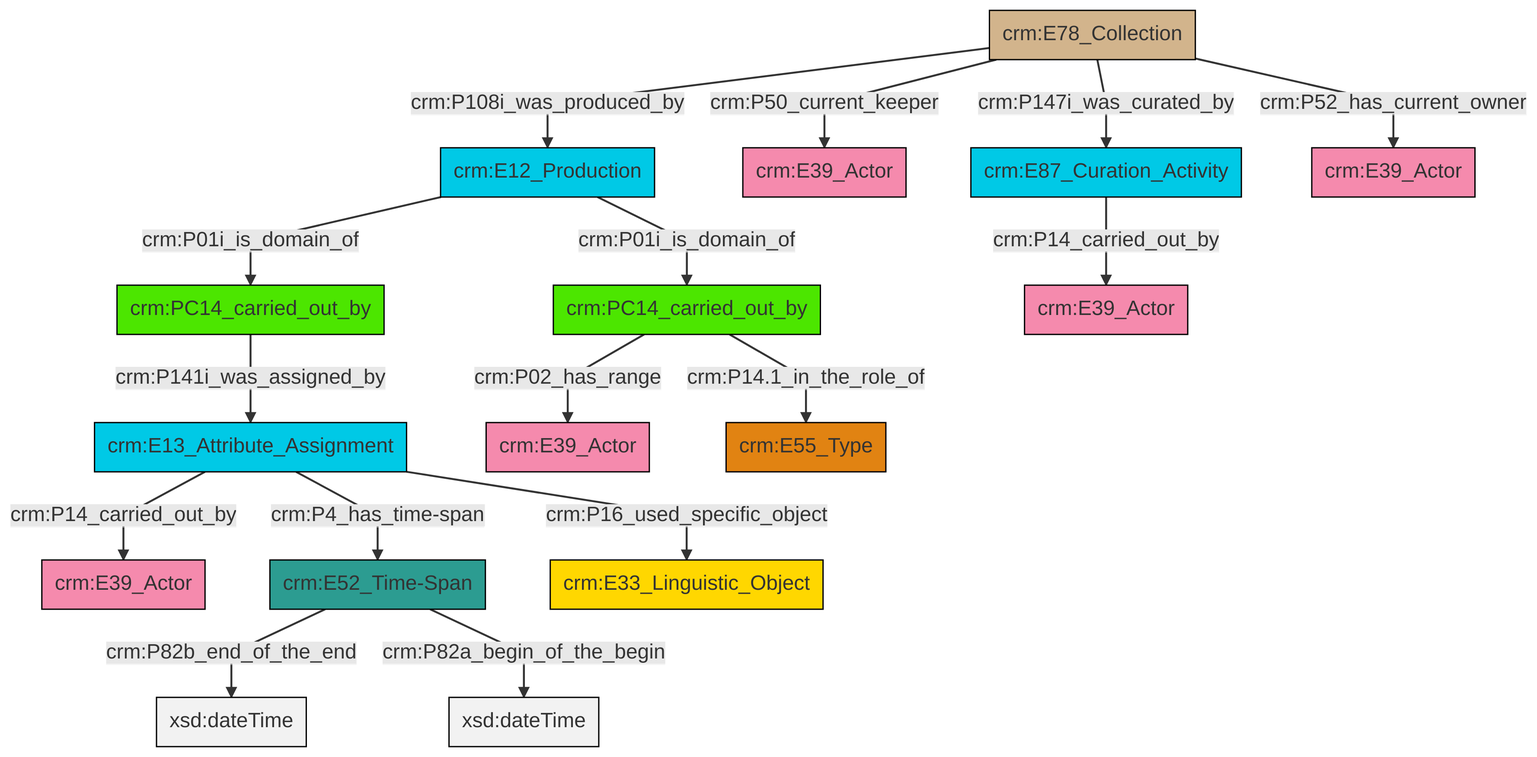
Earlier version of the Mermaid export et/archivalCSV/ttl/mmd/png/archival_relation.png (swiss-art-research-net/docs.swissartresearch). Its source is kept beside it as et/archivalCSV/ttl/mmd/archival_relation.ttl.mmd.
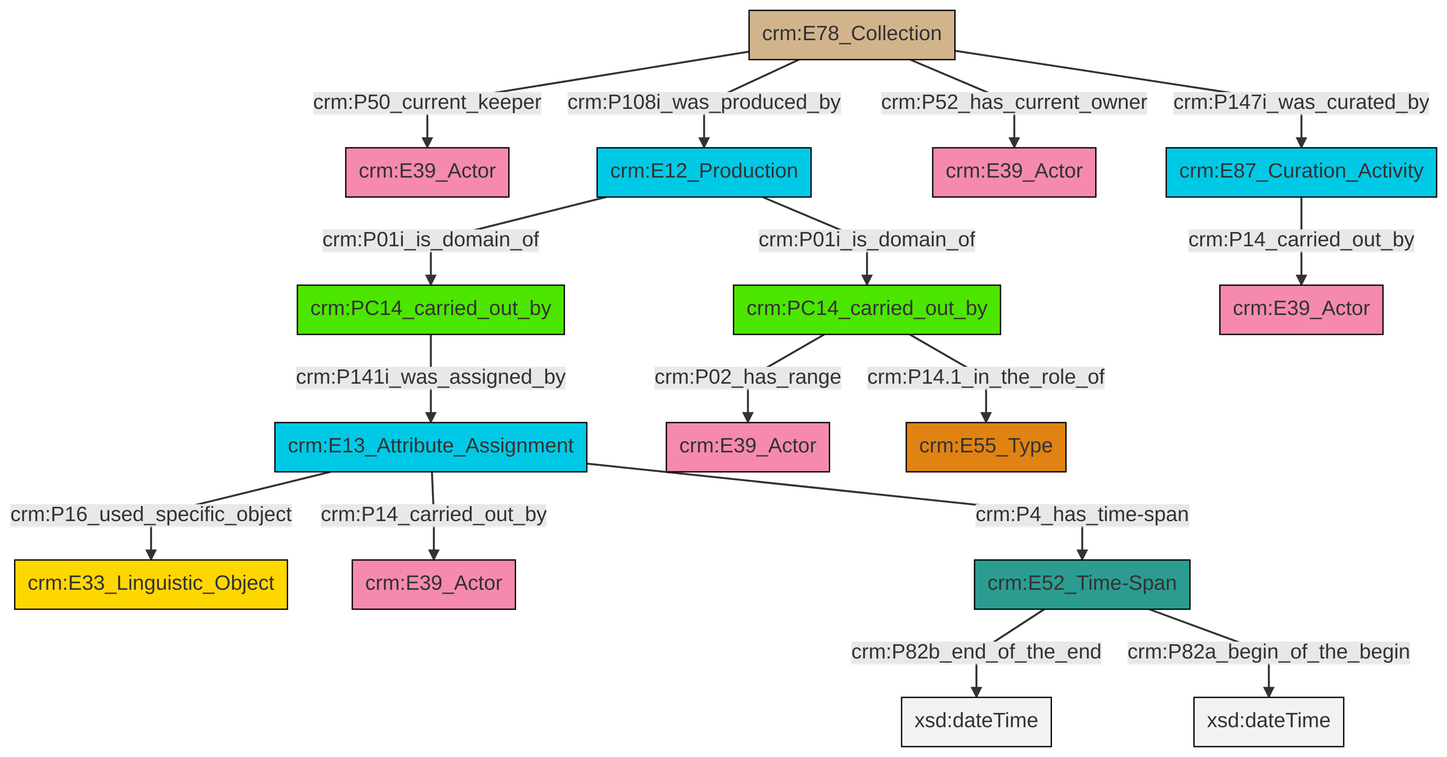
Later version of the same file.

Diff of the diagram source:
```diff
@@ -13,18 +13,18 @@
 classDef PC_Classes fill:#4ce600, stroke:#000000;
 classDef Multi fill:#cccccc,stroke:#000000;
 
-0["crm:E78_Collection"]:::Physical_Thing -->|crm:P147i_was_curated_by| 1["crm:E87_Curation_Activity"]:::Temporal_Entity
-0["crm:E78_Collection"]:::Physical_Thing -->|crm:P50_current_keeper| 2["crm:E39_Actor"]:::Actor
-5["crm:E13_Attribute_Assignment"]:::Temporal_Entity -->|crm:P14_carried_out_by| 6["crm:E39_Actor"]:::Actor
-0["crm:E78_Collection"]:::Physical_Thing -->|crm:P108i_was_produced_by| 7["crm:E12_Production"]:::Temporal_Entity
-7["crm:E12_Production"]:::Temporal_Entity -->|crm:P01i_is_domain_of| 9["crm:PC14_carried_out_by"]:::PC_Classes
-7["crm:E12_Production"]:::Temporal_Entity -->|crm:P01i_is_domain_of| 3["crm:PC14_carried_out_by"]:::PC_Classes
-15["crm:E52_Time-Span"]:::Time-Span -->|crm:P82b_end_of_the_end| 16[xsd:dateTime]:::Literal
-1["crm:E87_Curation_Activity"]:::Temporal_Entity -->|crm:P14_carried_out_by| 17["crm:E39_Actor"]:::Actor
-9["crm:PC14_carried_out_by"]:::PC_Classes -->|crm:P141i_was_assigned_by| 5["crm:E13_Attribute_Assignment"]:::Temporal_Entity
-3["crm:PC14_carried_out_by"]:::PC_Classes -->|crm:P02_has_range| 10["crm:E39_Actor"]:::Actor
-5["crm:E13_Attribute_Assignment"]:::Temporal_Entity -->|crm:P16_used_specific_object| 20["crm:E33_Linguistic_Object"]:::Conceptual_Object
-3["crm:PC14_carried_out_by"]:::PC_Classes -->|crm:P14.1_in_the_role_of| 24["crm:E55_Type"]:::Type
-0["crm:E78_Collection"]:::Physical_Thing -->|crm:P52_has_current_owner| 22["crm:E39_Actor"]:::Actor
-15["crm:E52_Time-Span"]:::Time-Span -->|crm:P82a_begin_of_the_begin| 26[xsd:dateTime]:::Literal
-5["crm:E13_Attribute_Assignment"]:::Temporal_Entity -->|crm:P4_has_time-span| 15["crm:E52_Time-Span"]:::Time-Span
+0["crm:E78_Collection"]:::Physical_Thing -->|crm:P50_current_keeper| 1["crm:E39_Actor"]:::Actor
+4["crm:PC14_carried_out_by"]:::PC_Classes -->|crm:P141i_was_assigned_by| 6["crm:E13_Attribute_Assignment"]:::Temporal_Entity
+0["crm:E78_Collection"]:::Physical_Thing -->|crm:P108i_was_produced_by| 9["crm:E12_Production"]:::Temporal_Entity
+0["crm:E78_Collection"]:::Physical_Thing -->|crm:P52_has_current_owner| 11["crm:E39_Actor"]:::Actor
+12["crm:E52_Time-Span"]:::Time-Span -->|crm:P82b_end_of_the_end| 13[xsd:dateTime]:::Literal
+14["crm:PC14_carried_out_by"]:::PC_Classes -->|crm:P02_has_range| 15["crm:E39_Actor"]:::Actor
+6["crm:E13_Attribute_Assignment"]:::Temporal_Entity -->|crm:P16_used_specific_object| 2["crm:E33_Linguistic_Object"]:::Conceptual_Object
+14["crm:PC14_carried_out_by"]:::PC_Classes -->|crm:P14.1_in_the_role_of| 16["crm:E55_Type"]:::Type
+12["crm:E52_Time-Span"]:::Time-Span -->|crm:P82a_begin_of_the_begin| 20[xsd:dateTime]:::Literal
+0["crm:E78_Collection"]:::Physical_Thing -->|crm:P147i_was_curated_by| 21["crm:E87_Curation_Activity"]:::Temporal_Entity
+6["crm:E13_Attribute_Assignment"]:::Temporal_Entity -->|crm:P14_carried_out_by| 25["crm:E39_Actor"]:::Actor
+9["crm:E12_Production"]:::Temporal_Entity -->|crm:P01i_is_domain_of| 4["crm:PC14_carried_out_by"]:::PC_Classes
+21["crm:E87_Curation_Activity"]:::Temporal_Entity -->|crm:P14_carried_out_by| 7["crm:E39_Actor"]:::Actor
+9["crm:E12_Production"]:::Temporal_Entity -->|crm:P01i_is_domain_of| 14["crm:PC14_carried_out_by"]:::PC_Classes
+6["crm:E13_Attribute_Assignment"]:::Temporal_Entity -->|crm:P4_has_time-span| 12["crm:E52_Time-Span"]:::Time-Span
```
